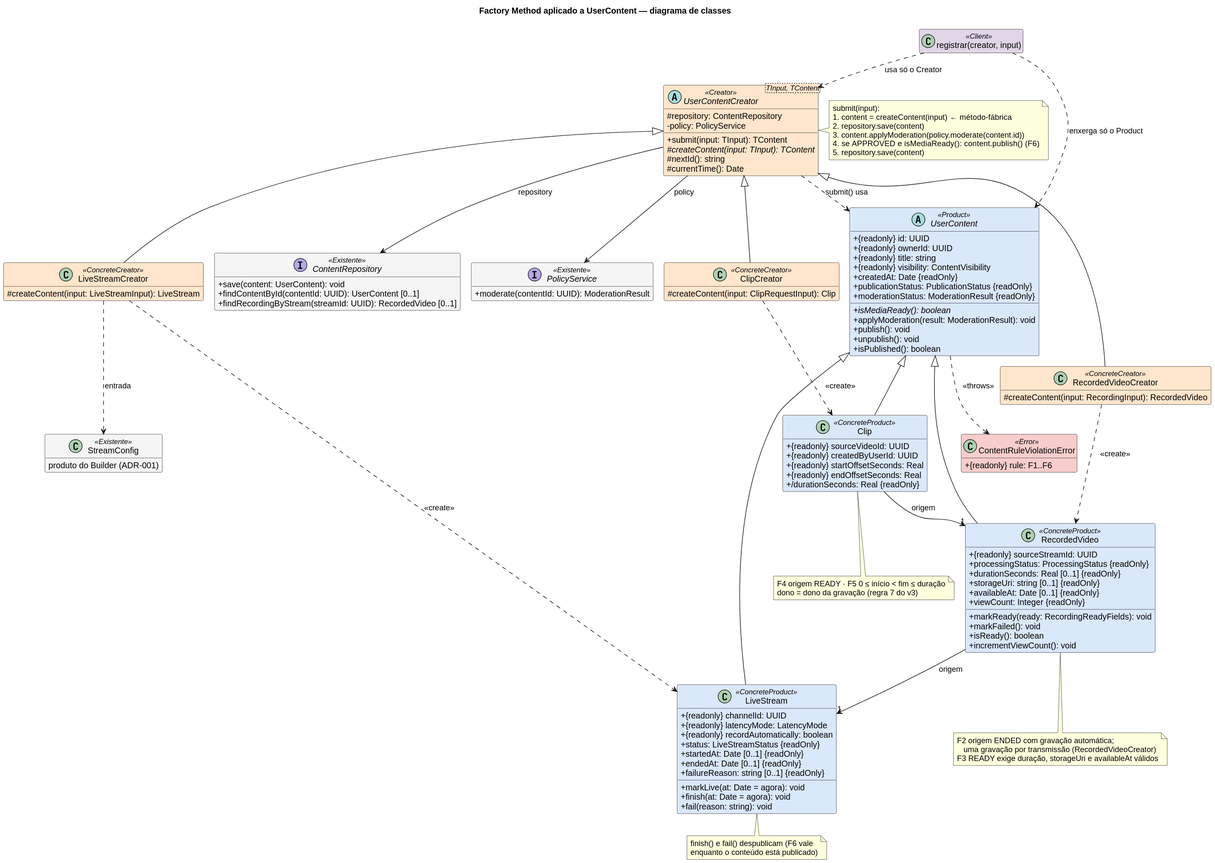
The PlantUML diagram docs/Base/Relatórios/1.1.1.SubEquipe_01/assets/factory-method/factory-method-classes-v1.svg in UnBArqDsw2026-2-Turma01/2026.2-T01-_G6_ProjetoStreamingVideo_Entrega_03, before a commit.
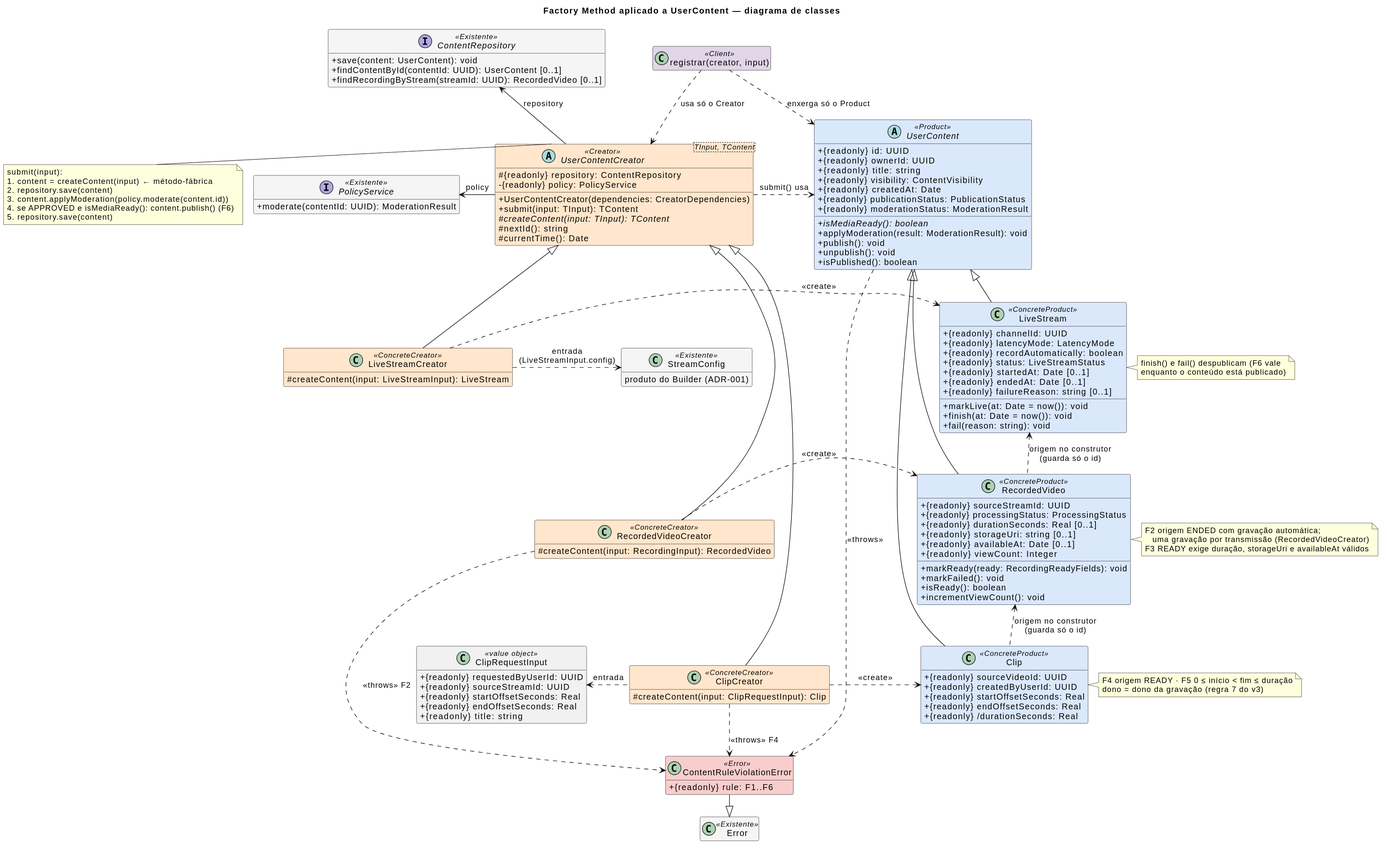
Above is the later version.

Commit message:
docs(subequipe-01): alinhar o diagrama de classes do factory method ao gof e ao codigo

Change to the diagram source:
```diff
@@ -16,13 +16,38 @@
 }
 hide empty members
 
+class "registrar(creator, input)" as Client <<Client>>
+
+interface ContentRepository <<Existente>> {
+  + save(content: UserContent): void
+  + findContentById(contentId: UUID): UserContent [0..1]
+  + findRecordingByStream(streamId: UUID): RecordedVideo [0..1]
+}
+
+interface PolicyService <<Existente>> {
+  + moderate(contentId: UUID): ModerationResult
+}
+
 abstract class "UserContentCreator<TInput, TContent>" as UserContentCreator <<Creator>> {
-  # repository: ContentRepository
-  - policy: PolicyService
+  # {readonly} repository: ContentRepository
+  - {readonly} policy: PolicyService
+  + UserContentCreator(dependencies: CreatorDependencies)
   + submit(input: TInput): TContent
   # {abstract} createContent(input: TInput): TContent
   # nextId(): string
   # currentTime(): Date
+}
+
+class "StreamConfig" as StreamConfig <<Existente>> {
+  produto do Builder (ADR-001)
+}
+
+class ClipRequestInput <<value object>> {
+  + {readonly} requestedByUserId: UUID
+  + {readonly} sourceStreamId: UUID
+  + {readonly} startOffsetSeconds: Real
+  + {readonly} endOffsetSeconds: Real
+  + {readonly} title: string
 }
 
 class LiveStreamCreator <<ConcreteCreator>> {
@@ -35,41 +60,26 @@
   # createContent(input: ClipRequestInput): Clip
 }
 
-abstract class UserContent <<Product>> {
-  + {readonly} id: UUID
-  + {readonly} ownerId: UUID
-  + {readonly} title: string
-  + {readonly} visibility: ContentVisibility
-  + createdAt: Date {readOnly}
-  + publicationStatus: PublicationStatus {readOnly}
-  + moderationStatus: ModerationResult {readOnly}
-  + {abstract} isMediaReady(): boolean
-  + applyModeration(result: ModerationResult): void
-  + publish(): void
-  + unpublish(): void
-  + isPublished(): boolean
-}
-
 class LiveStream <<ConcreteProduct>> {
   + {readonly} channelId: UUID
   + {readonly} latencyMode: LatencyMode
   + {readonly} recordAutomatically: boolean
-  + status: LiveStreamStatus {readOnly}
-  + startedAt: Date [0..1] {readOnly}
-  + endedAt: Date [0..1] {readOnly}
-  + failureReason: string [0..1] {readOnly}
-  + markLive(at: Date = agora): void
-  + finish(at: Date = agora): void
+  + {readonly} status: LiveStreamStatus
+  + {readonly} startedAt: Date [0..1]
+  + {readonly} endedAt: Date [0..1]
+  + {readonly} failureReason: string [0..1]
+  + markLive(at: Date = now()): void
+  + finish(at: Date = now()): void
   + fail(reason: string): void
 }
 
 class RecordedVideo <<ConcreteProduct>> {
   + {readonly} sourceStreamId: UUID
-  + processingStatus: ProcessingStatus {readOnly}
-  + durationSeconds: Real [0..1] {readOnly}
-  + storageUri: string [0..1] {readOnly}
-  + availableAt: Date [0..1] {readOnly}
-  + viewCount: Integer {readOnly}
+  + {readonly} processingStatus: ProcessingStatus
+  + {readonly} durationSeconds: Real [0..1]
+  + {readonly} storageUri: string [0..1]
+  + {readonly} availableAt: Date [0..1]
+  + {readonly} viewCount: Integer
   + markReady(ready: RecordingReadyFields): void
   + markFailed(): void
   + isReady(): boolean
@@ -81,51 +91,65 @@
   + {readonly} createdByUserId: UUID
   + {readonly} startOffsetSeconds: Real
   + {readonly} endOffsetSeconds: Real
-  + /durationSeconds: Real {readOnly}
+  + {readonly} /durationSeconds: Real
 }
 
-interface ContentRepository <<Existente>> {
-  + save(content: UserContent): void
-  + findContentById(contentId: UUID): UserContent [0..1]
-  + findRecordingByStream(streamId: UUID): RecordedVideo [0..1]
-}
-
-interface PolicyService <<Existente>> {
-  + moderate(contentId: UUID): ModerationResult
-}
-
-class "StreamConfig" as StreamConfig <<Existente>> {
-  produto do Builder (ADR-001)
+abstract class UserContent <<Product>> {
+  + {readonly} id: UUID
+  + {readonly} ownerId: UUID
+  + {readonly} title: string
+  + {readonly} visibility: ContentVisibility
+  + {readonly} createdAt: Date
+  + {readonly} publicationStatus: PublicationStatus
+  + {readonly} moderationStatus: ModerationResult
+  + {abstract} isMediaReady(): boolean
+  + applyModeration(result: ModerationResult): void
+  + publish(): void
+  + unpublish(): void
+  + isPublished(): boolean
 }
 
 class ContentRuleViolationError <<Error>> {
   + {readonly} rule: F1..F6
 }
 
-class "registrar(creator, input)" as Client <<Client>>
+class Error <<Existente>>
+
+UserContentCreator .right.> UserContent : submit() usa
+Client ..> UserContentCreator : usa só o Creator
+Client ..> UserContent : enxerga só o Product
+UserContentCreator -left-> ContentRepository : repository
+UserContentCreator -left-> PolicyService : policy
+ContentRepository -[hidden]down- PolicyService
 
 UserContentCreator <|-- LiveStreamCreator
 UserContentCreator <|-- RecordedVideoCreator
 UserContentCreator <|-- ClipCreator
+LiveStreamCreator -[hidden]down- RecordedVideoCreator
+RecordedVideoCreator -[hidden]down- ClipCreator
 
 UserContent <|-- LiveStream
 UserContent <|-- RecordedVideo
 UserContent <|-- Clip
+LiveStream -[hidden]down- RecordedVideo
+RecordedVideo -[hidden]down- Clip
 
-LiveStreamCreator ..> LiveStream : <<create>>
-RecordedVideoCreator ..> RecordedVideo : <<create>>
-ClipCreator ..> Clip : <<create>>
-UserContentCreator ..> UserContent : submit() usa
-UserContentCreator --> ContentRepository : repository
-UserContentCreator --> PolicyService : policy
-LiveStreamCreator ..> StreamConfig : entrada
-RecordedVideo --> "1" LiveStream : origem
-Clip --> "1" RecordedVideo : origem
-UserContent ..> ContentRuleViolationError : <<throws>>
-Client ..> UserContentCreator : usa só o Creator
-Client ..> UserContent : enxerga só o Product
+LiveStreamCreator .right.> LiveStream : <<create>>
+RecordedVideoCreator .right.> RecordedVideo : <<create>>
+ClipCreator .right.> Clip : <<create>>
 
-note right of UserContentCreator
+StreamConfig <.left. LiveStreamCreator : entrada\n(LiveStreamInput.config)
+ClipCreator .left.> ClipRequestInput : entrada
+
+RecordedVideo .up.> LiveStream : origem no construtor\n(guarda só o id)
+Clip .up.> RecordedVideo : origem no construtor\n(guarda só o id)
+
+UserContent .right.> ContentRuleViolationError : <<throws>>
+RecordedVideoCreator ..> ContentRuleViolationError : <<throws>> F2
+ClipCreator ..> ContentRuleViolationError : <<throws>> F4
+ContentRuleViolationError -down-|> Error
+
+note left of UserContentCreator
   submit(input):
   1. content = createContent(input)  ← método-fábrica
   2. repository.save(content)
@@ -134,18 +158,18 @@
   5. repository.save(content)
 end note
 
-note bottom of Clip
+note right of Clip
   F4 origem READY · F5 0 ≤ início < fim ≤ duração
   dono = dono da gravação (regra 7 do v3)
 end note
 
-note bottom of RecordedVideo
+note right of RecordedVideo
   F2 origem ENDED com gravação automática;
      uma gravação por transmissão (RecordedVideoCreator)
   F3 READY exige duração, storageUri e availableAt válidos
 end note
 
-note bottom of LiveStream
+note right of LiveStream
   finish() e fail() despublicam (F6 vale
   enquanto o conteúdo está publicado)
 end note
```
